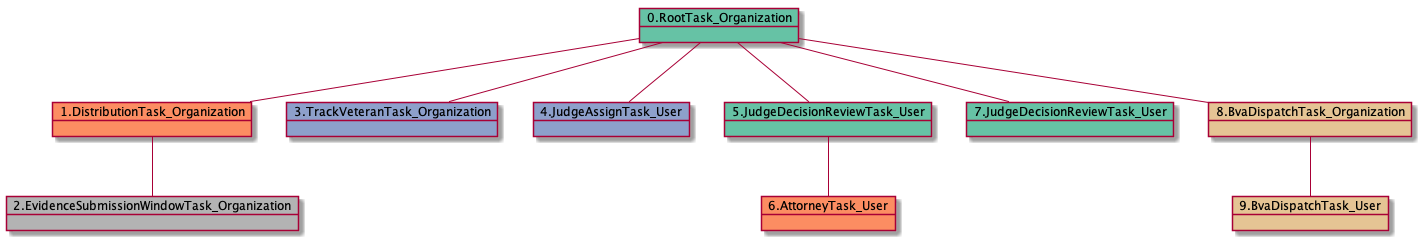
yoomlam/graphing keeps this PlantUML diagram as docs-ES/uml/RTO.DTO-15152.png. Above is the earlier version. Source of this version:
```plantuml
@startuml
object 0.RootTask_Organization #66c2a5
object 1.DistributionTask_Organization #fc8d62
object 2.EvidenceSubmissionWindowTask_Organization #b3b3b3
object 3.TrackVeteranTask_Organization #8da0cb
object 4.JudgeAssignTask_User #8da0cb
object 5.JudgeDecisionReviewTask_User #66c2a5
object 6.AttorneyTask_User #fc8d62
object 7.JudgeDecisionReviewTask_User #66c2a5
object 8.BvaDispatchTask_Organization #e5c494
object 9.BvaDispatchTask_User #e5c494
0.RootTask_Organization -- 1.DistributionTask_Organization
1.DistributionTask_Organization -- 2.EvidenceSubmissionWindowTask_Organization
0.RootTask_Organization -- 3.TrackVeteranTask_Organization
0.RootTask_Organization -- 4.JudgeAssignTask_User
0.RootTask_Organization -- 5.JudgeDecisionReviewTask_User
5.JudgeDecisionReviewTask_User -- 6.AttorneyTask_User
0.RootTask_Organization -- 7.JudgeDecisionReviewTask_User
0.RootTask_Organization -- 8.BvaDispatchTask_Organization
8.BvaDispatchTask_Organization -- 9.BvaDispatchTask_User
@enduml
```
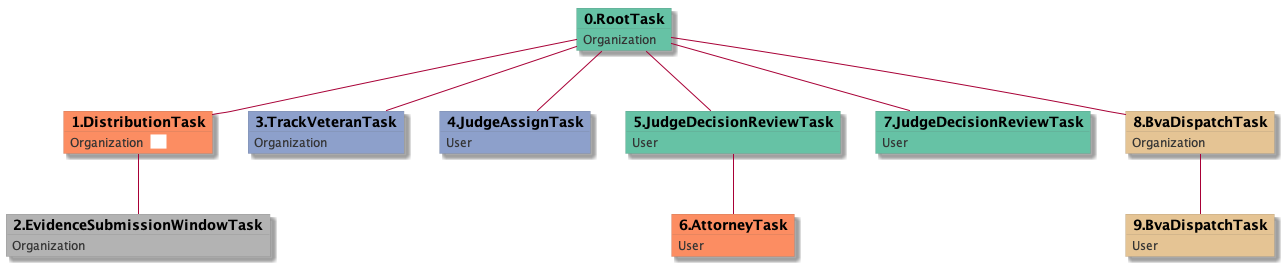
The same diagram one commit later.

The edit, as a diff of the source:
```diff
@@ -1,21 +1,49 @@
 @startuml
-object 0.RootTask_Organization #66c2a5
-object 1.DistributionTask_Organization #fc8d62
-object 2.EvidenceSubmissionWindowTask_Organization #b3b3b3
-object 3.TrackVeteranTask_Organization #8da0cb
-object 4.JudgeAssignTask_User #8da0cb
-object 5.JudgeDecisionReviewTask_User #66c2a5
-object 6.AttorneyTask_User #fc8d62
-object 7.JudgeDecisionReviewTask_User #66c2a5
-object 8.BvaDispatchTask_Organization #e5c494
-object 9.BvaDispatchTask_User #e5c494
-0.RootTask_Organization -- 1.DistributionTask_Organization
-1.DistributionTask_Organization -- 2.EvidenceSubmissionWindowTask_Organization
-0.RootTask_Organization -- 3.TrackVeteranTask_Organization
-0.RootTask_Organization -- 4.JudgeAssignTask_User
-0.RootTask_Organization -- 5.JudgeDecisionReviewTask_User
-5.JudgeDecisionReviewTask_User -- 6.AttorneyTask_User
-0.RootTask_Organization -- 7.JudgeDecisionReviewTask_User
-0.RootTask_Organization -- 8.BvaDispatchTask_Organization
-8.BvaDispatchTask_Organization -- 9.BvaDispatchTask_User
+skinparam {
+  ObjectBorderColor #555
+  ObjectBorderThickness 0
+  ObjectFontStyle bold
+  ObjectFontSize 14
+  ObjectAttributeFontColor #333
+  ObjectAttributeFontSize 12
+}
+  object 0.RootTask #66c2a5 {
+Organization
+}
+  object 1.DistributionTask #fc8d62 {
+Organization  <back:white>    </back>
+}
+  object 2.EvidenceSubmissionWindowTask #b3b3b3 {
+Organization
+}
+  object 3.TrackVeteranTask #8da0cb {
+Organization
+}
+  object 4.JudgeAssignTask #8da0cb {
+User
+}
+  object 5.JudgeDecisionReviewTask #66c2a5 {
+User
+}
+  object 6.AttorneyTask #fc8d62 {
+User
+}
+  object 7.JudgeDecisionReviewTask #66c2a5 {
+User
+}
+  object 8.BvaDispatchTask #e5c494 {
+Organization
+}
+  object 9.BvaDispatchTask #e5c494 {
+User
+}
+0.RootTask -- 1.DistributionTask
+1.DistributionTask -- 2.EvidenceSubmissionWindowTask
+0.RootTask -- 3.TrackVeteranTask
+0.RootTask -- 4.JudgeAssignTask
+0.RootTask -- 5.JudgeDecisionReviewTask
+5.JudgeDecisionReviewTask -- 6.AttorneyTask
+0.RootTask -- 7.JudgeDecisionReviewTask
+0.RootTask -- 8.BvaDispatchTask
+8.BvaDispatchTask -- 9.BvaDispatchTask
 @enduml
```
